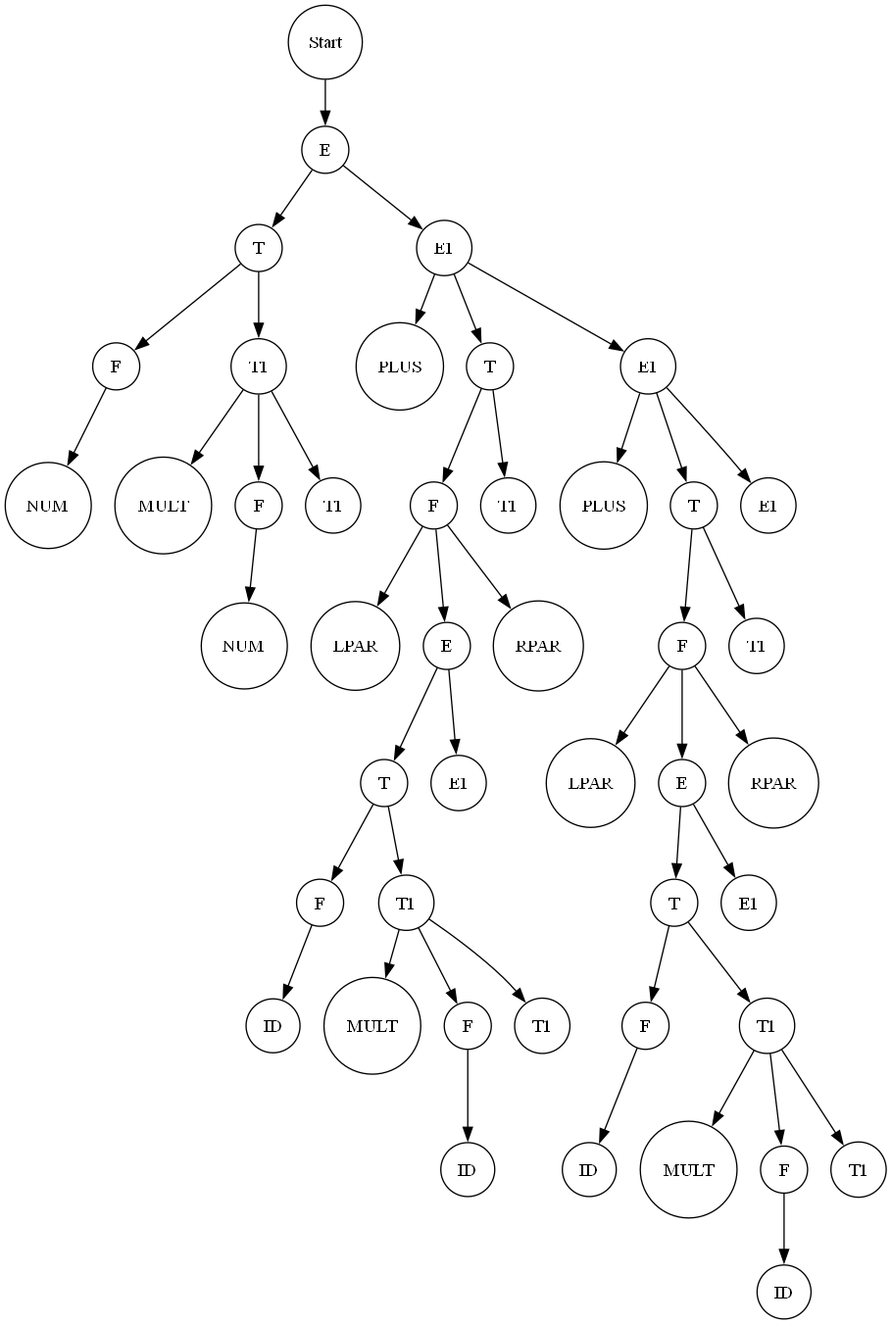
This is ast.png from GH120/JS-Compiler, a Graphviz export, as it was before one commit. Its source is kept beside it as ast.dot.
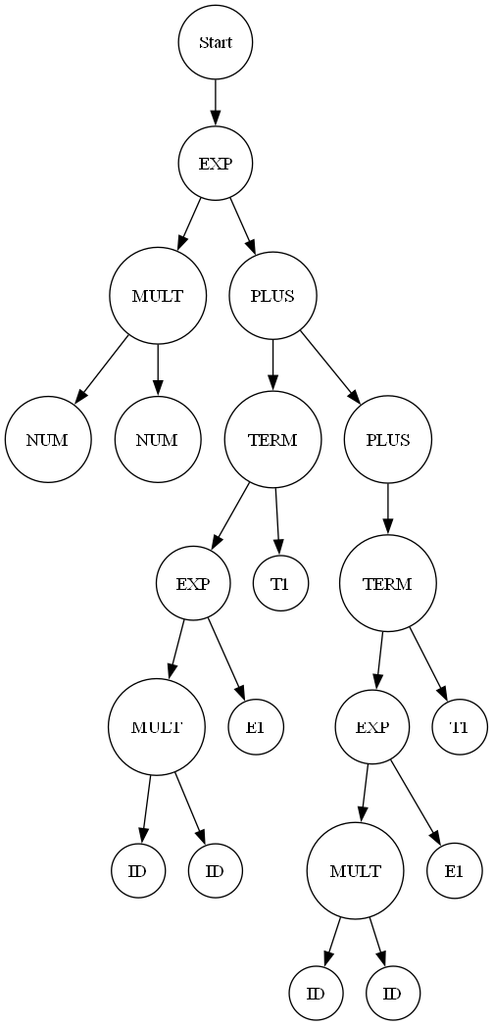
After the change.

Change to the diagram source:
```diff
@@ -2,92 +2,44 @@
             rankdir=TB; // Tree-like top-bottom orientation
             node [shape=circle];
               node0 [label="Start"];
-  node0_0 [label="E"];
+  node0_0 [label="EXP"];
   node0 -> node0_0;
-  node0_0_0 [label="T"];
+  node0_0_0 [label="MULT"];
   node0_0 -> node0_0_0;
-  node0_0_0_0 [label="F"];
+  node0_0_0_0 [label="NUM"];
   node0_0_0 -> node0_0_0_0;
-  node0_0_0_0_0 [label="NUM"];
-  node0_0_0_0 -> node0_0_0_0_0;
-  node0_0_0_1 [label="T1"];
+  node0_0_0_1 [label="NUM"];
   node0_0_0 -> node0_0_0_1;
-  node0_0_0_1_0 [label="MULT"];
-  node0_0_0_1 -> node0_0_0_1_0;
-  node0_0_0_1_1 [label="F"];
-  node0_0_0_1 -> node0_0_0_1_1;
-  node0_0_0_1_1_0 [label="NUM"];
-  node0_0_0_1_1 -> node0_0_0_1_1_0;
-  node0_0_0_1_2 [label="T1"];
-  node0_0_0_1 -> node0_0_0_1_2;
-  node0_0_1 [label="E1"];
+  node0_0_1 [label="PLUS"];
   node0_0 -> node0_0_1;
-  node0_0_1_0 [label="PLUS"];
+  node0_0_1_0 [label="TERM"];
   node0_0_1 -> node0_0_1_0;
-  node0_0_1_1 [label="T"];
+  node0_0_1_0_0 [label="EXP"];
+  node0_0_1_0 -> node0_0_1_0_0;
+  node0_0_1_0_0_0 [label="MULT"];
+  node0_0_1_0_0 -> node0_0_1_0_0_0;
+  node0_0_1_0_0_0_0 [label="ID"];
+  node0_0_1_0_0_0 -> node0_0_1_0_0_0_0;
+  node0_0_1_0_0_0_1 [label="ID"];
+  node0_0_1_0_0_0 -> node0_0_1_0_0_0_1;
+  node0_0_1_0_0_1 [label="E1"];
+  node0_0_1_0_0 -> node0_0_1_0_0_1;
+  node0_0_1_0_1 [label="T1"];
+  node0_0_1_0 -> node0_0_1_0_1;
+  node0_0_1_1 [label="PLUS"];
   node0_0_1 -> node0_0_1_1;
-  node0_0_1_1_0 [label="F"];
+  node0_0_1_1_0 [label="TERM"];
   node0_0_1_1 -> node0_0_1_1_0;
-  node0_0_1_1_0_0 [label="LPAR"];
+  node0_0_1_1_0_0 [label="EXP"];
   node0_0_1_1_0 -> node0_0_1_1_0_0;
-  node0_0_1_1_0_1 [label="E"];
+  node0_0_1_1_0_0_0 [label="MULT"];
+  node0_0_1_1_0_0 -> node0_0_1_1_0_0_0;
+  node0_0_1_1_0_0_0_0 [label="ID"];
+  node0_0_1_1_0_0_0 -> node0_0_1_1_0_0_0_0;
+  node0_0_1_1_0_0_0_1 [label="ID"];
+  node0_0_1_1_0_0_0 -> node0_0_1_1_0_0_0_1;
+  node0_0_1_1_0_0_1 [label="E1"];
+  node0_0_1_1_0_0 -> node0_0_1_1_0_0_1;
+  node0_0_1_1_0_1 [label="T1"];
   node0_0_1_1_0 -> node0_0_1_1_0_1;
-  node0_0_1_1_0_1_0 [label="T"];
-  node0_0_1_1_0_1 -> node0_0_1_1_0_1_0;
-  node0_0_1_1_0_1_0_0 [label="F"];
-  node0_0_1_1_0_1_0 -> node0_0_1_1_0_1_0_0;
-  node0_0_1_1_0_1_0_0_0 [label="ID"];
-  node0_0_1_1_0_1_0_0 -> node0_0_1_1_0_1_0_0_0;
-  node0_0_1_1_0_1_0_1 [label="T1"];
-  node0_0_1_1_0_1_0 -> node0_0_1_1_0_1_0_1;
-  node0_0_1_1_0_1_0_1_0 [label="MULT"];
-  node0_0_1_1_0_1_0_1 -> node0_0_1_1_0_1_0_1_0;
-  node0_0_1_1_0_1_0_1_1 [label="F"];
-  node0_0_1_1_0_1_0_1 -> node0_0_1_1_0_1_0_1_1;
-  node0_0_1_1_0_1_0_1_1_0 [label="ID"];
-  node0_0_1_1_0_1_0_1_1 -> node0_0_1_1_0_1_0_1_1_0;
-  node0_0_1_1_0_1_0_1_2 [label="T1"];
-  node0_0_1_1_0_1_0_1 -> node0_0_1_1_0_1_0_1_2;
-  node0_0_1_1_0_1_1 [label="E1"];
-  node0_0_1_1_0_1 -> node0_0_1_1_0_1_1;
-  node0_0_1_1_0_2 [label="RPAR"];
-  node0_0_1_1_0 -> node0_0_1_1_0_2;
-  node0_0_1_1_1 [label="T1"];
-  node0_0_1_1 -> node0_0_1_1_1;
-  node0_0_1_2 [label="E1"];
-  node0_0_1 -> node0_0_1_2;
-  node0_0_1_2_0 [label="PLUS"];
-  node0_0_1_2 -> node0_0_1_2_0;
-  node0_0_1_2_1 [label="T"];
-  node0_0_1_2 -> node0_0_1_2_1;
-  node0_0_1_2_1_0 [label="F"];
-  node0_0_1_2_1 -> node0_0_1_2_1_0;
-  node0_0_1_2_1_0_0 [label="LPAR"];
-  node0_0_1_2_1_0 -> node0_0_1_2_1_0_0;
-  node0_0_1_2_1_0_1 [label="E"];
-  node0_0_1_2_1_0 -> node0_0_1_2_1_0_1;
-  node0_0_1_2_1_0_1_0 [label="T"];
-  node0_0_1_2_1_0_1 -> node0_0_1_2_1_0_1_0;
-  node0_0_1_2_1_0_1_0_0 [label="F"];
-  node0_0_1_2_1_0_1_0 -> node0_0_1_2_1_0_1_0_0;
-  node0_0_1_2_1_0_1_0_0_0 [label="ID"];
-  node0_0_1_2_1_0_1_0_0 -> node0_0_1_2_1_0_1_0_0_0;
-  node0_0_1_2_1_0_1_0_1 [label="T1"];
-  node0_0_1_2_1_0_1_0 -> node0_0_1_2_1_0_1_0_1;
-  node0_0_1_2_1_0_1_0_1_0 [label="MULT"];
-  node0_0_1_2_1_0_1_0_1 -> node0_0_1_2_1_0_1_0_1_0;
-  node0_0_1_2_1_0_1_0_1_1 [label="F"];
-  node0_0_1_2_1_0_1_0_1 -> node0_0_1_2_1_0_1_0_1_1;
-  node0_0_1_2_1_0_1_0_1_1_0 [label="ID"];
-  node0_0_1_2_1_0_1_0_1_1 -> node0_0_1_2_1_0_1_0_1_1_0;
-  node0_0_1_2_1_0_1_0_1_2 [label="T1"];
-  node0_0_1_2_1_0_1_0_1 -> node0_0_1_2_1_0_1_0_1_2;
-  node0_0_1_2_1_0_1_1 [label="E1"];
-  node0_0_1_2_1_0_1 -> node0_0_1_2_1_0_1_1;
-  node0_0_1_2_1_0_2 [label="RPAR"];
-  node0_0_1_2_1_0 -> node0_0_1_2_1_0_2;
-  node0_0_1_2_1_1 [label="T1"];
-  node0_0_1_2_1 -> node0_0_1_2_1_1;
-  node0_0_1_2_2 [label="E1"];
-  node0_0_1_2 -> node0_0_1_2_2;
         }
```
